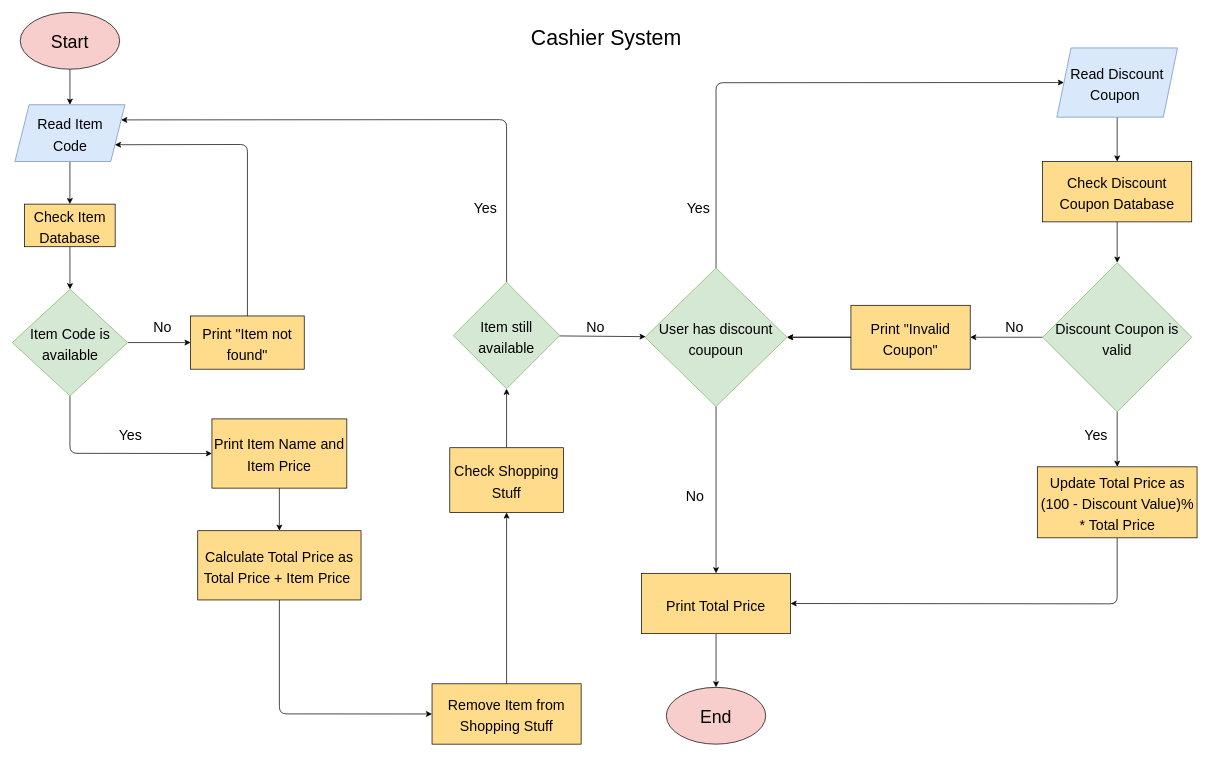
Before: flowchart.drawio in WantToBePro31/frederick_wijayadi_susilo-cashier_system, a draw.io diagram. Source tidied: cells renumbered, new cells numbered last; positions are measured from the earlier drawing's top-left corner, leaving out a move shared by most shapes. Both pictures are drawn from the tidied source at 71%, with x=0, y=0 at pixel (12, 12).
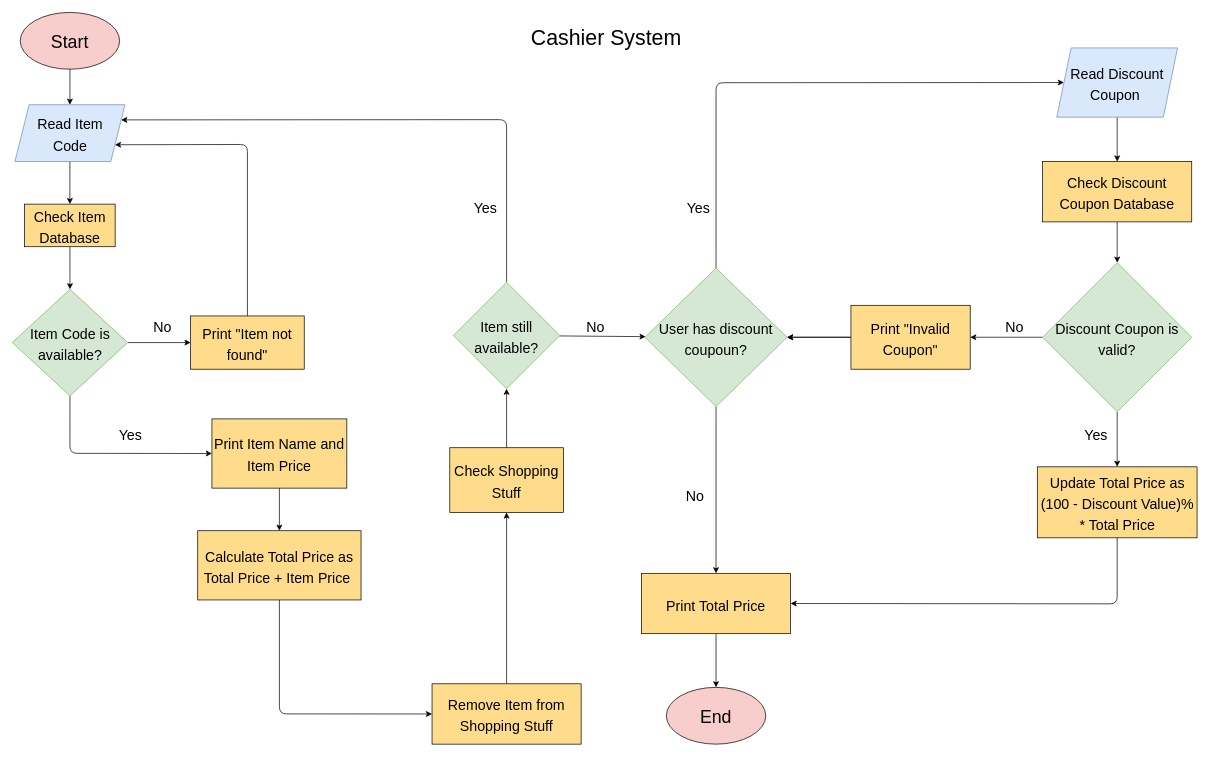
Above is the later version.

Commit message:
fix: add question mark for decision

Change to the diagram source:
```diff
@@
-    <mxCell id="8" value="&lt;font style=&quot;font-size: 20px&quot;&gt;Item Code is available&lt;/font&gt;" style="rhombus;whiteSpace=wrap;html=1;fontSize=25;fillColor=#D5E8D4;strokeColor=#82b366;fontColor=#000000;" parent="1" vertex="1">
+    <mxCell id="8" value="&lt;font style=&quot;font-size: 20px&quot;&gt;Item Code is available?&lt;/font&gt;" style="rhombus;whiteSpace=wrap;html=1;fontSize=25;fillColor=#D5E8D4;strokeColor=#82b366;fontColor=#000000;" parent="1" vertex="1">
       <mxGeometry x="-0.2" y="390" width="162.5" height="150" as="geometry" />
     </mxCell>
@@
-    <mxCell id="21" value="&lt;font style=&quot;font-size: 20px&quot;&gt;Item still available&lt;/font&gt;" style="rhombus;whiteSpace=wrap;html=1;fontSize=25;fillColor=#d5e8d4;strokeColor=#82b366;fontColor=#000000;" parent="1" vertex="1">
+    <mxCell id="21" value="&lt;font style=&quot;font-size: 20px&quot;&gt;Item still available?&lt;/font&gt;" style="rhombus;whiteSpace=wrap;html=1;fontSize=25;fillColor=#d5e8d4;strokeColor=#82b366;fontColor=#000000;" parent="1" vertex="1">
       <mxGeometry x="621" y="380" width="150" height="150" as="geometry" />
     </mxCell>
@@
-    <mxCell id="25" value="&lt;span style=&quot;font-size: 20px&quot;&gt;User has discount coupoun&lt;/span&gt;" style="rhombus;whiteSpace=wrap;html=1;fontSize=25;fillColor=#d5e8d4;strokeColor=#82b366;fontColor=#000000;" parent="1" vertex="1">
+    <mxCell id="25" value="&lt;span style=&quot;font-size: 20px&quot;&gt;User has discount coupoun?&lt;/span&gt;" style="rhombus;whiteSpace=wrap;html=1;fontSize=25;fillColor=#d5e8d4;strokeColor=#82b366;fontColor=#000000;" parent="1" vertex="1">
       <mxGeometry x="891" y="360" width="200" height="195" as="geometry" />
     </mxCell>
@@
-    <mxCell id="36" value="&lt;font style=&quot;font-size: 20px&quot;&gt;Discount Coupon is valid&lt;/font&gt;" style="rhombus;whiteSpace=wrap;html=1;fontSize=25;fillColor=#d5e8d4;strokeColor=#82b366;fontColor=#000000;" parent="1" vertex="1">
+    <mxCell id="36" value="&lt;font style=&quot;font-size: 20px&quot;&gt;Discount Coupon is valid?&lt;/font&gt;" style="rhombus;whiteSpace=wrap;html=1;fontSize=25;fillColor=#d5e8d4;strokeColor=#82b366;fontColor=#000000;" parent="1" vertex="1">
       <mxGeometry x="1451" y="352.5" width="210" height="210" as="geometry" />
     </mxCell>
```
